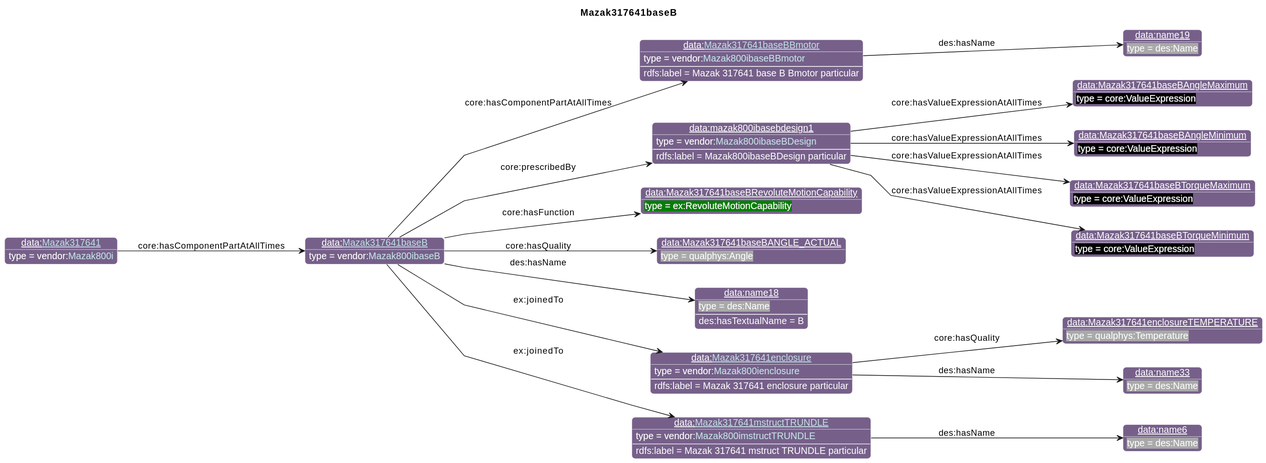
The PlantUML diagram diagrams/Mazak317641baseB.svg in iofoundry/example-syseng-mtconnect, before a commit. The source it was exported from:
```plantuml
@startuml
!include ../iof.iuml

<style>
object {
  HyperlinkColor #C4E1E6
}
</style>

left to right direction
skinparam linetype polyline
title Mazak317641baseB

!$default_direction = down

!$namespace_colors = { "bfo":"DFA702",
                      "iof":"1E90FF",
                      "ns":"Green",
                      "ns1":"76608A",
                      "core":"000000",
                      "ex":"Green",
                      "data":"76608A",
                      "vendor":"76608A",
                      "units":"8A2D3B",
                      "cmns-dsg":"3A0519",
                      "qp":"641B2E"
      }
individual(o0, data:[[./Mazak317641baseB.html Mazak317641baseB]], vendor:[[../Mazak.html#Mazak800ibaseB Mazak800ibaseB]])
individual(o1, data:[[./Mazak317641baseBBmotor.html Mazak317641baseBBmotor]], vendor:[[../Mazak.html#Mazak800ibaseBBmotor Mazak800ibaseBBmotor]])
individual(o2, data:name19, des:Name)
individual(o3, data:mazak800ibasebdesign1, vendor:[[../Mazak.html#Mazak800ibaseBDesign Mazak800ibaseBDesign]])
individual(o4, data:Mazak317641baseBAngleMaximum, core:ValueExpression)
individual(o5, data:Mazak317641baseBAngleMinimum, core:ValueExpression)
individual(o6, data:Mazak317641baseBTorqueMaximum, core:ValueExpression)
individual(o7, data:Mazak317641baseBTorqueMinimum, core:ValueExpression)
individual(o8, data:Mazak317641baseBRevoluteMotionCapability, ex:RevoluteMotionCapability)
individual(o9, data:Mazak317641baseBANGLE_ACTUAL, qualphys:Angle)
individual(o10, data:name18, des:Name)
individual(o11, data:[[./Mazak317641enclosure.html Mazak317641enclosure]], vendor:[[../Mazak.html#Mazak800ienclosure Mazak800ienclosure]])
individual(o12, data:Mazak317641enclosureTEMPERATURE, qualphys:Temperature)
individual(o13, data:name33, des:Name)
individual(o14, data:[[./Mazak317641mstructTRUNDLE.html Mazak317641mstructTRUNDLE]], vendor:[[../Mazak.html#Mazak800imstructTRUNDLE Mazak800imstructTRUNDLE]])
individual(o15, data:name6, des:Name)
individual(o16, data:[[./Mazak317641.html Mazak317641]], vendor:[[../Mazak.html#Mazak800i Mazak800i]])
property(o0, "core:hasComponentPartAtAllTimes", o1)
data(o1, "rdfs:label", "Mazak 317641 base B Bmotor particular")
property(o1, "des:hasName", o2)
property(o0, "core:prescribedBy", o3)
data(o3, "rdfs:label", "Mazak800ibaseBDesign particular")
property(o3, "core:hasValueExpressionAtAllTimes", o4)
property(o3, "core:hasValueExpressionAtAllTimes", o5)
property(o3, "core:hasValueExpressionAtAllTimes", o6)
property(o3, "core:hasValueExpressionAtAllTimes", o7)
property(o0, "core:hasFunction", o8)
property(o0, "core:hasQuality", o9)
property(o0, "des:hasName", o10)
data(o10, "des:hasTextualName", "B")
property(o0, "ex:joinedTo", o11)
data(o11, "rdfs:label", "Mazak 317641 enclosure particular")
property(o11, "core:hasQuality", o12)
property(o11, "des:hasName", o13)
property(o0, "ex:joinedTo", o14)
data(o14, "rdfs:label", "Mazak 317641 mstruct TRUNDLE particular")
property(o14, "des:hasName", o15)
property(o16, "core:hasComponentPartAtAllTimes", o0)
@enduml
```
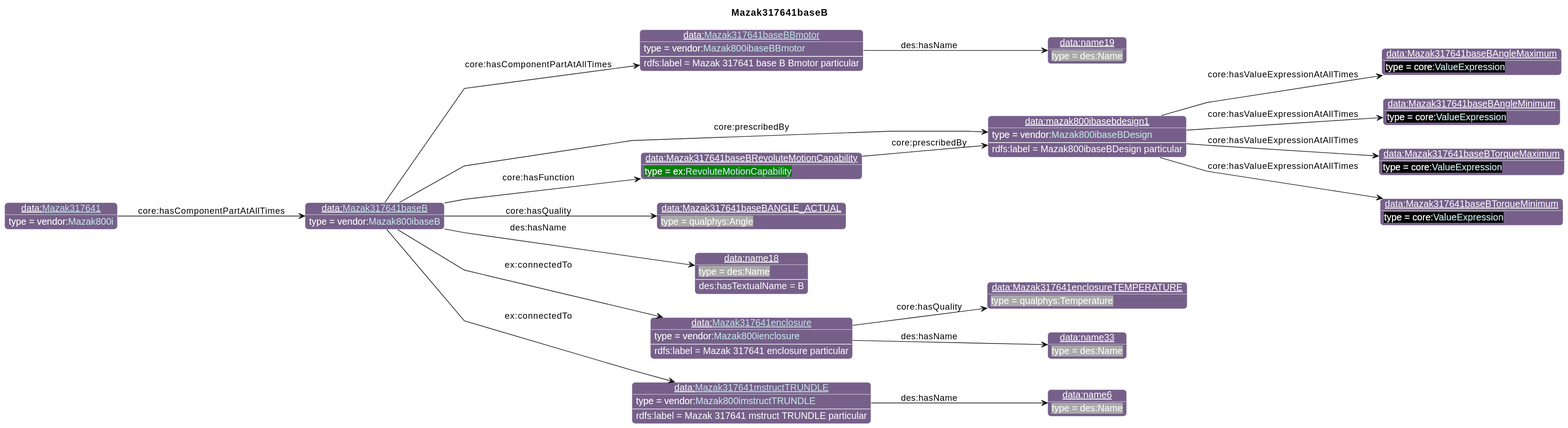
Later version of the same file.

Change to the diagram source:
```diff
@@ -29,11 +29,11 @@
 individual(o1, data:[[./Mazak317641baseBBmotor.html Mazak317641baseBBmotor]], vendor:[[../Mazak.html#Mazak800ibaseBBmotor Mazak800ibaseBBmotor]])
 individual(o2, data:name19, des:Name)
 individual(o3, data:mazak800ibasebdesign1, vendor:[[../Mazak.html#Mazak800ibaseBDesign Mazak800ibaseBDesign]])
-individual(o4, data:Mazak317641baseBAngleMaximum, core:ValueExpression)
-individual(o5, data:Mazak317641baseBAngleMinimum, core:ValueExpression)
-individual(o6, data:Mazak317641baseBTorqueMaximum, core:ValueExpression)
-individual(o7, data:Mazak317641baseBTorqueMinimum, core:ValueExpression)
-individual(o8, data:Mazak317641baseBRevoluteMotionCapability, ex:RevoluteMotionCapability)
+individual(o4, data:Mazak317641baseBAngleMaximum, core:[[https://spec.industrialontologies.org/ontology/core/Core/ValueExpression ValueExpression]])
+individual(o5, data:Mazak317641baseBAngleMinimum, core:[[https://spec.industrialontologies.org/ontology/core/Core/ValueExpression ValueExpression]])
+individual(o6, data:Mazak317641baseBTorqueMaximum, core:[[https://spec.industrialontologies.org/ontology/core/Core/ValueExpression ValueExpression]])
+individual(o7, data:Mazak317641baseBTorqueMinimum, core:[[https://spec.industrialontologies.org/ontology/core/Core/ValueExpression ValueExpression]])
+individual(o8, data:Mazak317641baseBRevoluteMotionCapability, ex:[[../Example.html#RevoluteMotionCapability RevoluteMotionCapability]])
 individual(o9, data:Mazak317641baseBANGLE_ACTUAL, qualphys:Angle)
 individual(o10, data:name18, des:Name)
 individual(o11, data:[[./Mazak317641enclosure.html Mazak317641enclosure]], vendor:[[../Mazak.html#Mazak800ienclosure Mazak800ienclosure]])
@@ -52,14 +52,15 @@
 property(o3, "core:hasValueExpressionAtAllTimes", o6)
 property(o3, "core:hasValueExpressionAtAllTimes", o7)
 property(o0, "core:hasFunction", o8)
+property(o8, "core:prescribedBy", o3)
 property(o0, "core:hasQuality", o9)
 property(o0, "des:hasName", o10)
 data(o10, "des:hasTextualName", "B")
-property(o0, "ex:joinedTo", o11)
+property(o0, "ex:connectedTo", o11)
 data(o11, "rdfs:label", "Mazak 317641 enclosure particular")
 property(o11, "core:hasQuality", o12)
 property(o11, "des:hasName", o13)
-property(o0, "ex:joinedTo", o14)
+property(o0, "ex:connectedTo", o14)
 data(o14, "rdfs:label", "Mazak 317641 mstruct TRUNDLE particular")
 property(o14, "des:hasName", o15)
 property(o16, "core:hasComponentPartAtAllTimes", o0)
```
